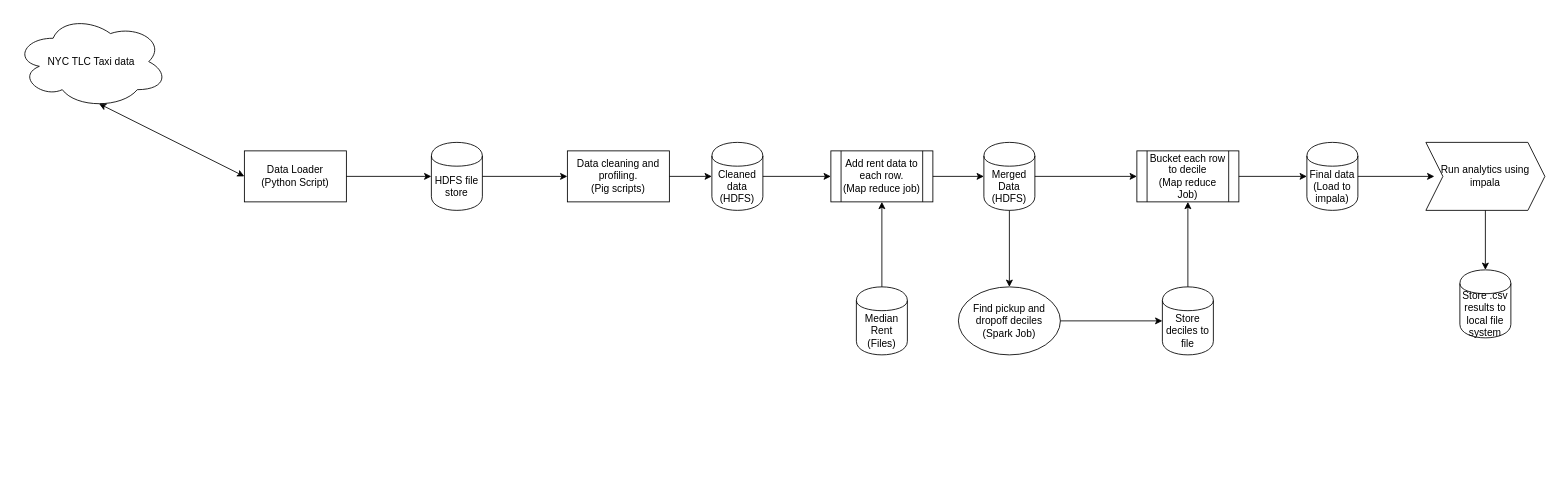
Earlier version of the draw.io diagram project diagram.drawio (praveen-oak/NYC-Rent-Traffic-Violations). Source tidied: cells renumbered, new cells numbered last; positions are measured from the earlier drawing's top-left corner, leaving out a move shared by most shapes. Both pictures are drawn from the tidied source at 85%, with x=0, y=0 at pixel (14, 14).
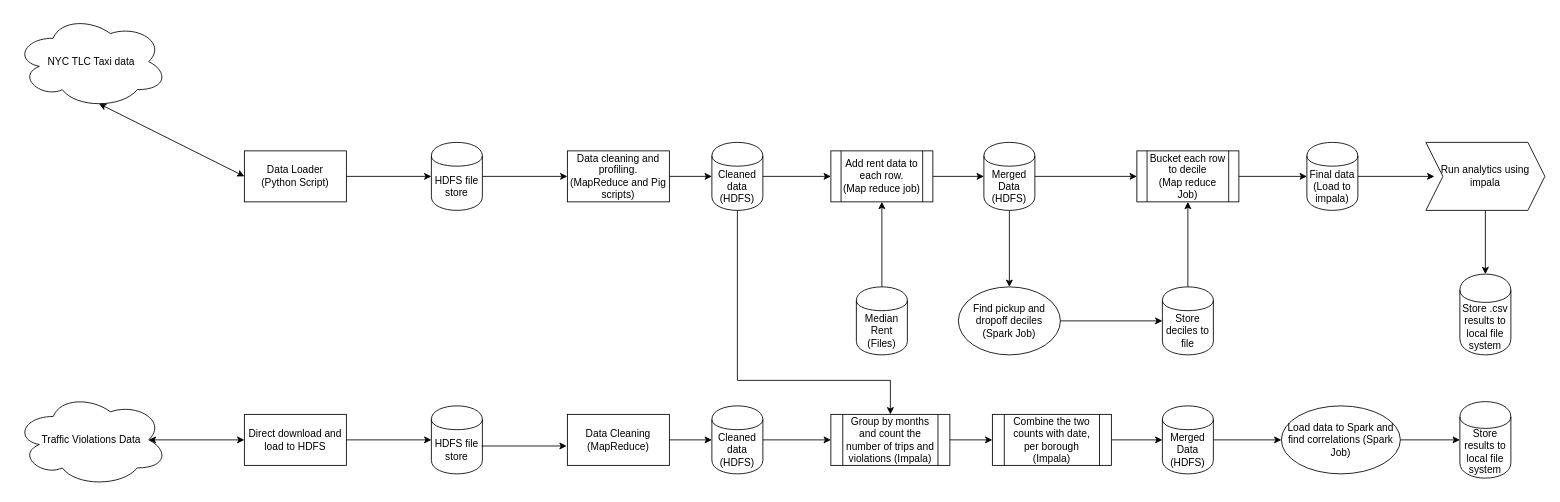
The same diagram, later.

Commit message (it also covers changes not shown here):
Visualizations and updated project diagram

Unchanged cells that the change refers to:
```xml
<mxCell id="9" value="&lt;div&gt;Cleaned data&lt;/div&gt;&lt;div&gt;(HDFS)&lt;br&gt;&lt;/div&gt;" style="shape=cylinder;whiteSpace=wrap;html=1;boundedLbl=1;backgroundOutline=1;" parent="1" vertex="1">
  <mxGeometry x="820" y="150" width="60" height="80" as="geometry" />
</mxCell>
```

What changed in the source:
```diff
@@
-    <mxCell id="7" value="&lt;div&gt;Data cleaning and profiling.&lt;/div&gt;&lt;div&gt;(Pig scripts)&lt;br&gt;&lt;/div&gt;" style="rounded=0;whiteSpace=wrap;html=1;" parent="1" vertex="1">
+    <mxCell id="7" value="&lt;div&gt;Data cleaning and profiling.&lt;/div&gt;&lt;div&gt;(MapReduce and Pig scripts)&lt;br&gt;&lt;/div&gt;" style="rounded=0;whiteSpace=wrap;html=1;" parent="1" vertex="1">
       <mxGeometry x="650" y="160" width="120" height="60" as="geometry" />
     </mxCell>
@@
+    <mxCell id="30" style="edgeStyle=orthogonalEdgeStyle;rounded=0;jettySize=auto;html=1;exitX=0.5;exitY=1;exitDx=0;exitDy=0;entryX=0.5;entryY=0;entryDx=0;entryDy=0;" parent="1" edge="1" source="9" target="42">
+      <mxGeometry relative="1" as="geometry">
+        <Array as="points">
+          <mxPoint x="850" y="430" />
+          <mxPoint x="1030" y="430" />
+        </Array>
+      </mxGeometry>
+    </mxCell>
@@
     <mxCell id="29" value="Store .csv results to local file system" style="shape=cylinder;whiteSpace=wrap;html=1;boundedLbl=1;backgroundOutline=1;" parent="1" vertex="1">
-      <mxGeometry x="1700" y="300" width="60" height="80" as="geometry" />
+      <mxGeometry x="1700" y="305" width="60" height="95" as="geometry" />
     </mxCell>
+    <mxCell id="31" value="Traffic Violations Data" style="ellipse;shape=cloud;whiteSpace=wrap;html=1;" parent="1" vertex="1">
+      <mxGeometry y="445" width="180" height="110" as="geometry" />
+    </mxCell>
+    <mxCell id="32" value="Direct download and load to HDFS" style="rounded=0;whiteSpace=wrap;html=1;" parent="1" vertex="1">
+      <mxGeometry x="270" y="470" width="120" height="60" as="geometry" />
+    </mxCell>
+    <mxCell id="33" style="endArrow=classic;startArrow=classic;html=1;entryX=0.875;entryY=0.5;entryDx=0;entryDy=0;entryPerimeter=0;exitX=0;exitY=0.5;exitDx=0;exitDy=0;" parent="1" edge="1" source="32" target="31">
+      <mxGeometry relative="1" as="geometry" />
+    </mxCell>
+    <mxCell id="34" value="HDFS file store" style="shape=cylinder;whiteSpace=wrap;html=1;boundedLbl=1;backgroundOutline=1;" parent="1" vertex="1">
+      <mxGeometry x="490" y="460" width="60" height="80" as="geometry" />
+    </mxCell>
+    <mxCell id="35" style="endArrow=classic;html=1;entryX=0;entryY=0.5;entryDx=0;entryDy=0;exitX=1;exitY=0.5;exitDx=0;exitDy=0;" parent="1" edge="1" source="32" target="34">
+      <mxGeometry relative="1" as="geometry" />
+    </mxCell>
+    <mxCell id="36" value="&lt;div&gt;Data Cleaning (MapReduce)&lt;/div&gt;" style="rounded=0;whiteSpace=wrap;html=1;" parent="1" vertex="1">
+      <mxGeometry x="650" y="470" width="120" height="60" as="geometry" />
+    </mxCell>
+    <mxCell id="37" style="endArrow=classic;html=1;entryX=-0.007;entryY=0.62;entryDx=0;entryDy=0;exitX=0.987;exitY=0.59;exitDx=0;exitDy=0;exitPerimeter=0;entryPerimeter=0;" parent="1" edge="1" source="34" target="36">
+      <mxGeometry relative="1" as="geometry" />
+    </mxCell>
+    <mxCell id="38" style="edgeStyle=orthogonalEdgeStyle;rounded=0;jettySize=auto;html=1;exitX=1;exitY=0.5;exitDx=0;exitDy=0;entryX=0;entryY=0.5;entryDx=0;entryDy=0;" parent="1" edge="1" source="39" target="42">
+      <mxGeometry relative="1" as="geometry" />
+    </mxCell>
+    <mxCell id="39" value="&lt;div&gt;Cleaned data&lt;/div&gt;&lt;div&gt;(HDFS)&lt;br&gt;&lt;/div&gt;" style="shape=cylinder;whiteSpace=wrap;html=1;boundedLbl=1;backgroundOutline=1;" parent="1" vertex="1">
+      <mxGeometry x="820" y="460" width="60" height="80" as="geometry" />
+    </mxCell>
+    <mxCell id="40" style="endArrow=classic;html=1;entryX=0;entryY=0.5;entryDx=0;entryDy=0;exitX=1;exitY=0.5;exitDx=0;exitDy=0;" parent="1" edge="1" source="36" target="39">
+      <mxGeometry relative="1" as="geometry" />
+    </mxCell>
+    <mxCell id="41" style="edgeStyle=orthogonalEdgeStyle;rounded=0;jettySize=auto;html=1;" parent="1" edge="1" source="42" target="44">
+      <mxGeometry relative="1" as="geometry" />
+    </mxCell>
+    <mxCell id="42" value="Group by months and count the number of trips and violations (Impala)" style="shape=process;whiteSpace=wrap;html=1;backgroundOutline=1;" parent="1" vertex="1">
+      <mxGeometry x="960" y="470" width="140" height="60" as="geometry" />
+    </mxCell>
+    <mxCell id="43" style="edgeStyle=orthogonalEdgeStyle;rounded=0;jettySize=auto;html=1;" parent="1" edge="1" source="44" target="46">
+      <mxGeometry relative="1" as="geometry" />
+    </mxCell>
+    <mxCell id="44" value="Combine the two counts with date, per borough (Impala)" style="shape=process;whiteSpace=wrap;html=1;backgroundOutline=1;" parent="1" vertex="1">
+      <mxGeometry x="1150" y="470" width="140" height="60" as="geometry" />
+    </mxCell>
+    <mxCell id="45" style="edgeStyle=orthogonalEdgeStyle;rounded=0;jettySize=auto;html=1;" parent="1" edge="1" source="46" target="48">
+      <mxGeometry relative="1" as="geometry" />
+    </mxCell>
+    <mxCell id="46" value="&lt;div&gt;Merged Data&lt;/div&gt;&lt;div&gt;(HDFS)&lt;br&gt;&lt;/div&gt;" style="shape=cylinder;whiteSpace=wrap;html=1;boundedLbl=1;backgroundOutline=1;" parent="1" vertex="1">
+      <mxGeometry x="1350" y="460" width="60" height="80" as="geometry" />
+    </mxCell>
+    <mxCell id="47" style="edgeStyle=orthogonalEdgeStyle;rounded=0;jettySize=auto;html=1;" parent="1" edge="1" source="48" target="49">
+      <mxGeometry relative="1" as="geometry" />
+    </mxCell>
+    <mxCell id="48" value="Load data to Spark and find correlations (Spark Job)" style="ellipse;whiteSpace=wrap;html=1;" parent="1" vertex="1">
+      <mxGeometry x="1490" y="460" width="140" height="80" as="geometry" />
+    </mxCell>
+    <mxCell id="49" value="Store results to local file system" style="shape=cylinder;whiteSpace=wrap;html=1;boundedLbl=1;backgroundOutline=1;" parent="1" vertex="1">
+      <mxGeometry x="1700" y="455" width="60" height="90" as="geometry" />
+    </mxCell>
```
